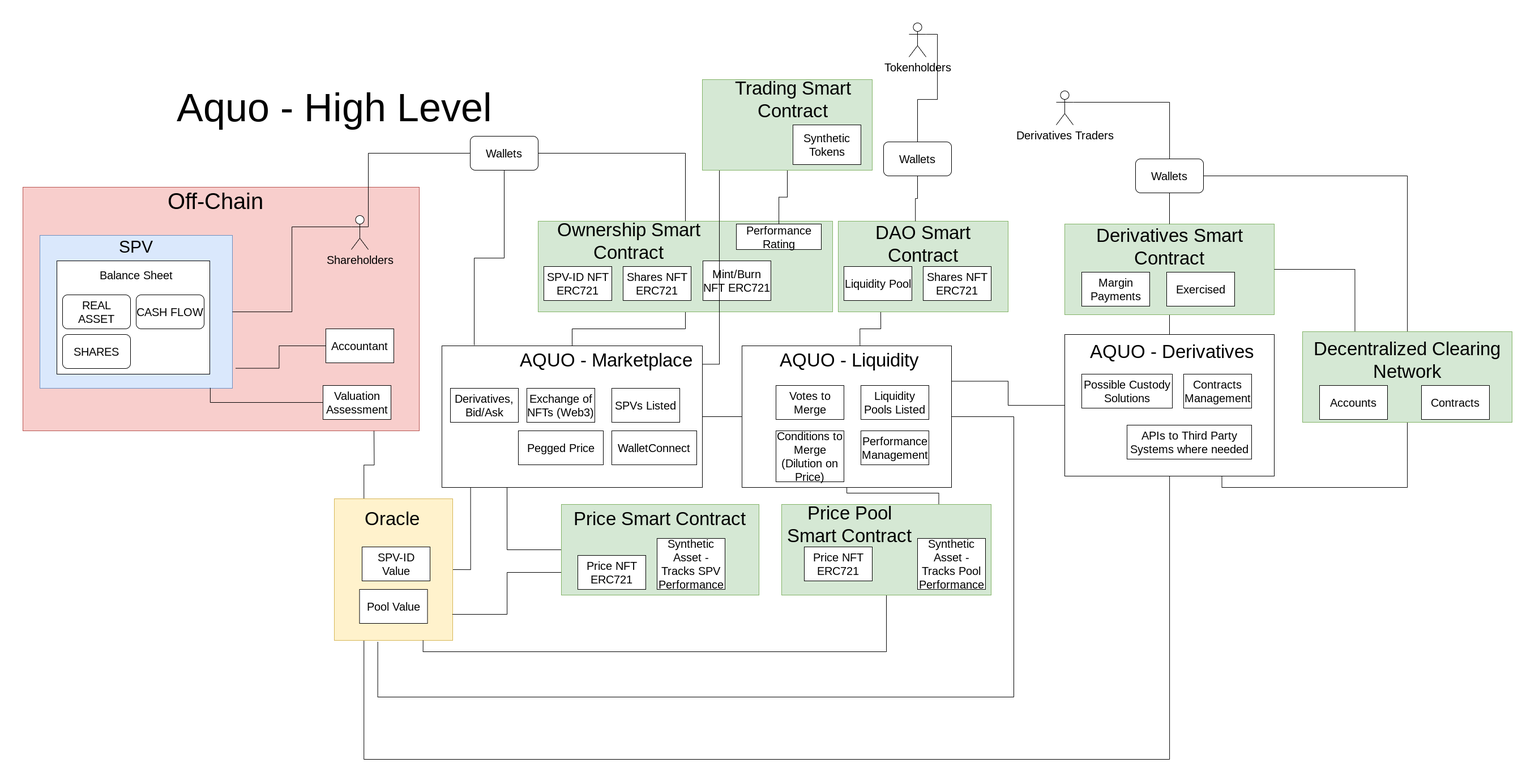
Above: public/realasset1.png in cryptotrader2023/aquo (draw.io), before the change. Source tidied: cells renumbered, new cells last; positions are measured from the earlier drawing's top-left corner, leaving out a move shared by most shapes.
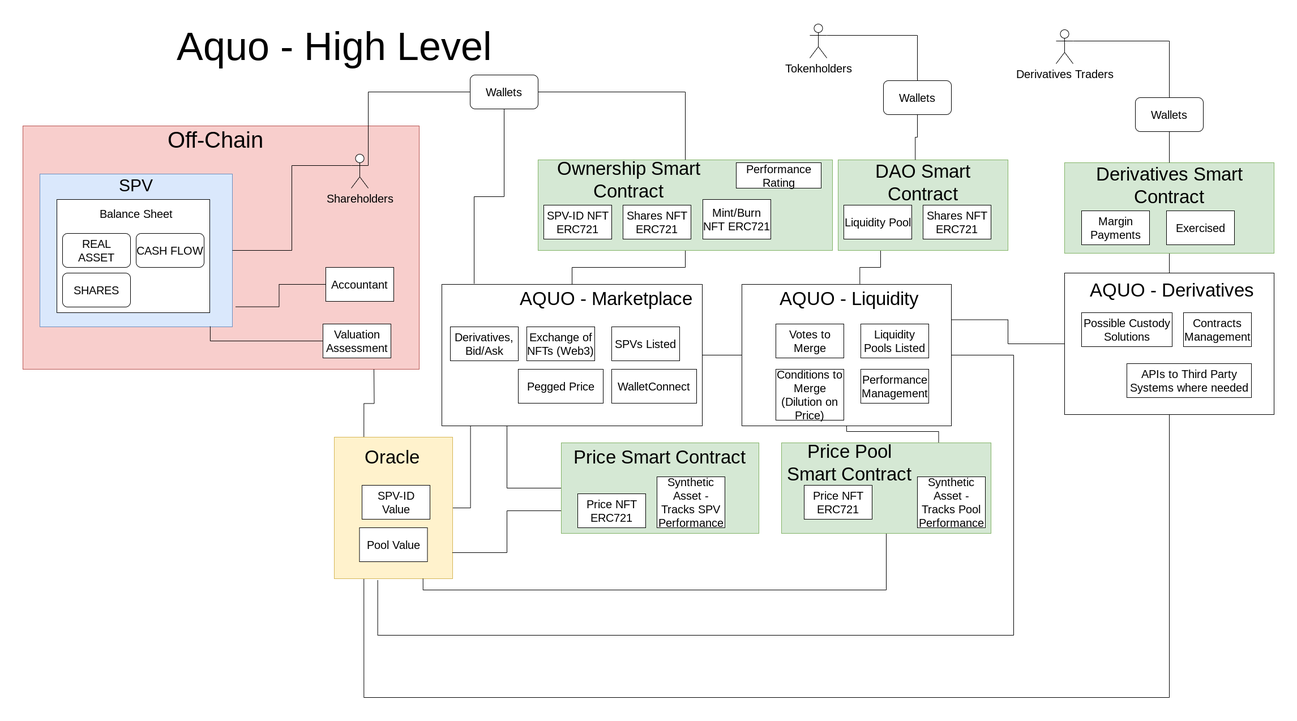
Later version of the same file.

What changed in the source:
```diff
@@ -221,7 +221,7 @@
       <mxGeometry relative="1" as="geometry" />
     </mxCell>
     <mxCell id="69" value="&lt;font style=&quot;font-size: 20px;&quot;&gt;Tokenholders&lt;/font&gt;" style="shape=umlActor;verticalLabelPosition=bottom;verticalAlign=top;html=1;outlineConnect=0;" parent="1" vertex="1">
-      <mxGeometry x="1565" width="30" height="60" as="geometry" />
+      <mxGeometry x="1390" y="110" width="30" height="60" as="geometry" />
     </mxCell>
     <mxCell id="70" style="edgeStyle=orthogonalEdgeStyle;rounded=0;jettySize=auto;html=1;exitX=0.5;exitY=1;exitDx=0;exitDy=0;entryX=0.454;entryY=-0.001;entryDx=0;entryDy=0;entryPerimeter=0;endArrow=none;endFill=0;" parent="1" edge="1" source="71" target="51">
       <mxGeometry relative="1" as="geometry" />
@@ -232,9 +232,6 @@
     <mxCell id="72" value="&lt;font style=&quot;font-size: 20px;&quot;&gt;Derivatives, Bid/Ask&lt;/font&gt;" style="rounded=0;whiteSpace=wrap;html=1;" parent="1" vertex="1">
       <mxGeometry x="755" y="645" width="120" height="60" as="geometry" />
     </mxCell>
-    <mxCell id="73" style="edgeStyle=orthogonalEdgeStyle;rounded=0;jettySize=auto;html=1;exitX=0.75;exitY=1;exitDx=0;exitDy=0;entryX=0.5;entryY=1;entryDx=0;entryDy=0;endArrow=none;endFill=0;" parent="1" edge="1" source="74" target="91">
-      <mxGeometry relative="1" as="geometry" />
-    </mxCell>
     <mxCell id="74" style="rounded=0;whiteSpace=wrap;html=1;" parent="1" vertex="1">
       <mxGeometry x="1840" y="550" width="370" height="250" as="geometry" />
     </mxCell>
@@ -268,9 +265,6 @@
     <mxCell id="84" style="edgeStyle=orthogonalEdgeStyle;rounded=0;jettySize=auto;html=1;exitX=0.5;exitY=1;exitDx=0;exitDy=0;entryX=0.5;entryY=0;entryDx=0;entryDy=0;endArrow=none;endFill=0;" parent="1" edge="1" source="86" target="77">
       <mxGeometry relative="1" as="geometry" />
     </mxCell>
-    <mxCell id="85" style="edgeStyle=orthogonalEdgeStyle;rounded=0;jettySize=auto;html=1;exitX=1;exitY=0.5;exitDx=0;exitDy=0;endArrow=none;endFill=0;" parent="1" edge="1" source="86" target="91">
-      <mxGeometry relative="1" as="geometry" />
-    </mxCell>
     <mxCell id="86" value="&lt;font style=&quot;font-size: 20px;&quot;&gt;Wallets&lt;/font&gt;" style="rounded=1;whiteSpace=wrap;html=1;" parent="1" vertex="1">
       <mxGeometry x="1965" y="240" width="120" height="60" as="geometry" />
     </mxCell>
@@ -283,40 +277,5 @@
     <mxCell id="89" value="&lt;font style=&quot;font-size: 70px;&quot;&gt;Aquo - High Level&lt;/font&gt;" style="text;html=1;strokeColor=none;fillColor=none;align=center;verticalAlign=middle;whiteSpace=wrap;rounded=0;" parent="1" vertex="1">
       <mxGeometry x="210" y="135" width="680" height="30" as="geometry" />
     </mxCell>
-    <mxCell id="90" style="edgeStyle=orthogonalEdgeStyle;rounded=0;jettySize=auto;html=1;exitX=0.25;exitY=0;exitDx=0;exitDy=0;entryX=1;entryY=0.5;entryDx=0;entryDy=0;endArrow=none;endFill=0;" parent="1" edge="1" source="91" target="77">
-      <mxGeometry relative="1" as="geometry" />
-    </mxCell>
-    <mxCell id="91" style="rounded=0;whiteSpace=wrap;html=1;fillColor=#d5e8d4;strokeColor=#82b366;" parent="1" vertex="1">
-      <mxGeometry x="2260" y="545" width="370" height="160" as="geometry" />
-    </mxCell>
-    <mxCell id="92" value="&lt;font style=&quot;font-size: 33px;&quot;&gt;Decentralized Clearing Network&lt;/font&gt;" style="text;html=1;strokeColor=none;fillColor=none;align=center;verticalAlign=middle;whiteSpace=wrap;rounded=0;" parent="1" vertex="1">
-      <mxGeometry x="2275" y="580" width="340" height="30" as="geometry" />
-    </mxCell>
-    <mxCell id="93" value="&lt;span style=&quot;font-size: 20px;&quot;&gt;Accounts&lt;/span&gt;" style="rounded=0;whiteSpace=wrap;html=1;" parent="1" vertex="1">
-      <mxGeometry x="2290" y="640" width="120" height="60" as="geometry" />
-    </mxCell>
-    <mxCell id="94" value="&lt;span style=&quot;font-size: 20px;&quot;&gt;Contracts&lt;/span&gt;" style="rounded=0;whiteSpace=wrap;html=1;" parent="1" vertex="1">
-      <mxGeometry x="2470" y="640" width="120" height="60" as="geometry" />
-    </mxCell>
-    <mxCell id="95" style="edgeStyle=orthogonalEdgeStyle;rounded=0;jettySize=auto;html=1;exitX=0.25;exitY=1;exitDx=0;exitDy=0;entryX=1;entryY=0.75;entryDx=0;entryDy=0;endArrow=none;endFill=0;" parent="1" edge="1" source="97" target="27">
-      <mxGeometry relative="1" as="geometry">
-        <Array as="points">
-          <mxPoint x="1230" y="260" />
-          <mxPoint x="1230" y="602" />
-        </Array>
-      </mxGeometry>
-    </mxCell>
-    <mxCell id="96" style="edgeStyle=orthogonalEdgeStyle;rounded=0;jettySize=auto;html=1;exitX=0.5;exitY=1;exitDx=0;exitDy=0;endArrow=none;endFill=0;" parent="1" edge="1" source="97" target="59">
-      <mxGeometry relative="1" as="geometry" />
-    </mxCell>
-    <mxCell id="97" style="rounded=0;whiteSpace=wrap;html=1;fillColor=#d5e8d4;strokeColor=#82b366;" parent="1" vertex="1">
-      <mxGeometry x="1200" y="100" width="300" height="160" as="geometry" />
-    </mxCell>
-    <mxCell id="98" value="&lt;span style=&quot;font-size: 33px;&quot;&gt;Trading Smart Contract&lt;/span&gt;" style="text;html=1;strokeColor=none;fillColor=none;align=center;verticalAlign=middle;whiteSpace=wrap;rounded=0;" parent="1" vertex="1">
-      <mxGeometry x="1230" y="120" width="260" height="30" as="geometry" />
-    </mxCell>
-    <mxCell id="99" value="&lt;font style=&quot;font-size: 20px;&quot;&gt;Synthetic Tokens&lt;/font&gt;" style="rounded=0;whiteSpace=wrap;html=1;" parent="1" vertex="1">
-      <mxGeometry x="1360" y="180" width="120" height="70" as="geometry" />
-    </mxCell>
   </root>
 </mxGraphModel>
```
